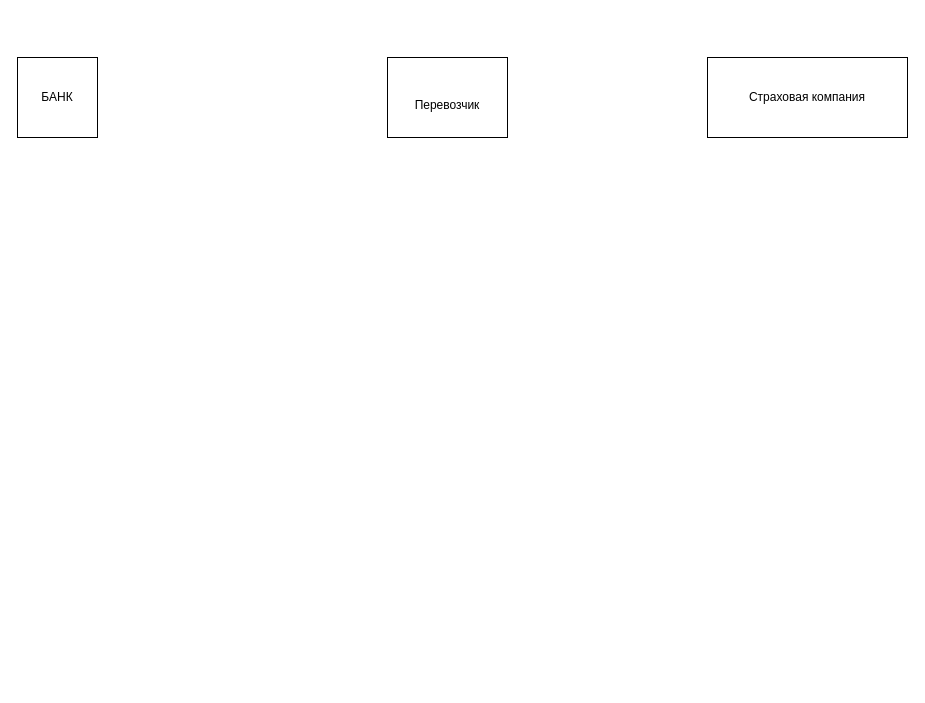
OlegPyzin/Java keeps this draw.io diagram as маршрутное_такси.drawio. Above is the earlier version. Source tidied: cells renumbered, new cells numbered last; positions are measured from the earlier drawing's top-left corner, leaving out a move shared by most shapes. Both pictures are drawn from the tidied source at 100%, with x=0, y=0 at pixel (17, 57).
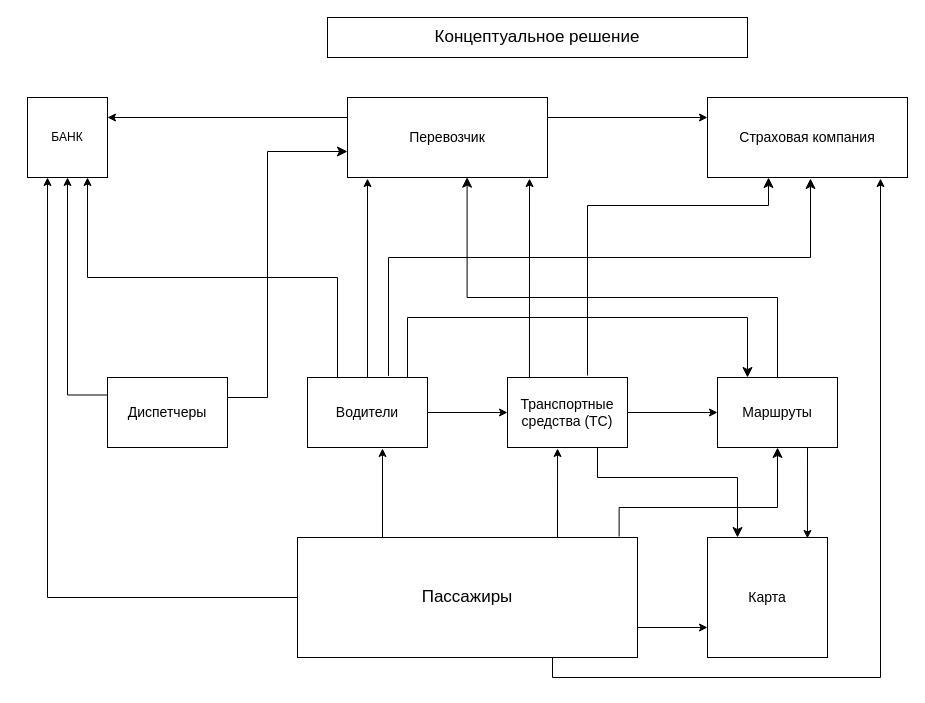
Above is the later version.

Change to the diagram source:
```diff
@@
     <mxCell id="2" value="БАНК" style="whiteSpace=wrap;html=1;" parent="1" vertex="1">
-      <mxGeometry width="80" height="80" as="geometry" />
+      <mxGeometry x="10" y="40" width="80" height="80" as="geometry" />
     </mxCell>
+    <mxCell id="5" style="edgeStyle=orthogonalEdgeStyle;rounded=0;jettySize=auto;html=1;exitX=1;exitY=0.25;exitDx=0;exitDy=0;entryX=0;entryY=0.25;entryDx=0;entryDy=0;" parent="1" edge="1" source="3" target="4">
+      <mxGeometry relative="1" as="geometry" />
+    </mxCell>
+    <mxCell id="6" style="edgeStyle=orthogonalEdgeStyle;rounded=0;jettySize=auto;html=1;exitX=0;exitY=0.25;exitDx=0;exitDy=0;entryX=1;entryY=0.25;entryDx=0;entryDy=0;" parent="1" edge="1" source="3" target="2">
+      <mxGeometry relative="1" as="geometry" />
+    </mxCell>
-    <mxCell id="3" value="&lt;div&gt;&lt;br&gt;&lt;/div&gt;&lt;div&gt;Перевозчик&lt;/div&gt;" style="rounded=0;whiteSpace=wrap;html=1;" parent="1" vertex="1">
-      <mxGeometry x="370" width="120" height="80" as="geometry" />
+    <mxCell id="3" value="&lt;div style=&quot;font-size: 14px;&quot;&gt;Перевозчик&lt;br&gt;&lt;/div&gt;" style="rounded=0;whiteSpace=wrap;html=1;" parent="1" vertex="1">
+      <mxGeometry x="330" y="40" width="200" height="80" as="geometry" />
     </mxCell>
-    <mxCell id="4" value="Страховая компания" style="rounded=0;whiteSpace=wrap;html=1;" parent="1" vertex="1">
-      <mxGeometry x="690" width="200" height="80" as="geometry" />
+    <mxCell id="4" value="&lt;font style=&quot;font-size: 14px;&quot;&gt;Страховая компания&lt;/font&gt;" style="rounded=0;whiteSpace=wrap;html=1;" parent="1" vertex="1">
+      <mxGeometry x="690" y="40" width="200" height="80" as="geometry" />
     </mxCell>
+    <mxCell id="7" value="&lt;font style=&quot;font-size: 17px;&quot;&gt;Концептуальное решение&lt;/font&gt;" style="rounded=0;whiteSpace=wrap;html=1;" parent="1" vertex="1">
+      <mxGeometry x="310" y="-40" width="420" height="40" as="geometry" />
+    </mxCell>
+    <mxCell id="8" style="edgeStyle=orthogonalEdgeStyle;rounded=0;jettySize=auto;html=1;exitX=0;exitY=0.25;exitDx=0;exitDy=0;entryX=0.5;entryY=1;entryDx=0;entryDy=0;" parent="1" edge="1" source="9" target="2">
+      <mxGeometry relative="1" as="geometry" />
+    </mxCell>
+    <mxCell id="9" value="&lt;font style=&quot;font-size: 14px;&quot;&gt;Диспетчеры&lt;/font&gt;" style="rounded=0;whiteSpace=wrap;html=1;" parent="1" vertex="1">
+      <mxGeometry x="90" y="320" width="120" height="70" as="geometry" />
+    </mxCell>
+    <mxCell id="10" style="edgeStyle=orthogonalEdgeStyle;rounded=0;jettySize=auto;html=1;exitX=0.25;exitY=0;exitDx=0;exitDy=0;entryX=0.75;entryY=1;entryDx=0;entryDy=0;" parent="1" edge="1" source="12" target="2">
+      <mxGeometry relative="1" as="geometry" />
+    </mxCell>
+    <mxCell id="11" style="edgeStyle=orthogonalEdgeStyle;rounded=0;jettySize=auto;html=1;exitX=1;exitY=0.5;exitDx=0;exitDy=0;entryX=0;entryY=0.5;entryDx=0;entryDy=0;" parent="1" edge="1" source="12" target="14">
+      <mxGeometry relative="1" as="geometry" />
+    </mxCell>
+    <mxCell id="12" value="&lt;font style=&quot;font-size: 14px;&quot;&gt;Водители&lt;/font&gt;" style="rounded=0;whiteSpace=wrap;html=1;" parent="1" vertex="1">
+      <mxGeometry x="290" y="320" width="120" height="70" as="geometry" />
+    </mxCell>
+    <mxCell id="13" style="edgeStyle=orthogonalEdgeStyle;rounded=0;jettySize=auto;html=1;exitX=1;exitY=0.5;exitDx=0;exitDy=0;entryX=0;entryY=0.5;entryDx=0;entryDy=0;" parent="1" edge="1" source="14" target="15">
+      <mxGeometry relative="1" as="geometry" />
+    </mxCell>
+    <mxCell id="14" value="&lt;font style=&quot;font-size: 14px;&quot;&gt;Транспортные средства (ТС)&lt;/font&gt;" style="rounded=0;whiteSpace=wrap;html=1;" parent="1" vertex="1">
+      <mxGeometry x="490" y="320" width="120" height="70" as="geometry" />
+    </mxCell>
+    <mxCell id="15" value="&lt;font style=&quot;font-size: 14px;&quot;&gt;Маршруты&lt;/font&gt;" style="rounded=0;whiteSpace=wrap;html=1;" parent="1" vertex="1">
+      <mxGeometry x="700" y="320" width="120" height="70" as="geometry" />
+    </mxCell>
+    <mxCell id="16" value="&lt;font style=&quot;font-size: 14px;&quot;&gt;Карта&lt;/font&gt;" style="rounded=0;whiteSpace=wrap;html=1;" parent="1" vertex="1">
+      <mxGeometry x="690" y="480" width="120" height="120" as="geometry" />
+    </mxCell>
+    <mxCell id="17" style="edgeStyle=orthogonalEdgeStyle;rounded=0;jettySize=auto;html=1;exitX=1;exitY=0.75;exitDx=0;exitDy=0;entryX=0;entryY=0.75;entryDx=0;entryDy=0;" parent="1" edge="1" source="19" target="16">
+      <mxGeometry relative="1" as="geometry" />
+    </mxCell>
+    <mxCell id="18" style="edgeStyle=orthogonalEdgeStyle;rounded=0;jettySize=auto;html=1;exitX=0;exitY=0.5;exitDx=0;exitDy=0;entryX=0.25;entryY=1;entryDx=0;entryDy=0;" parent="1" edge="1" source="19" target="2">
+      <mxGeometry relative="1" as="geometry" />
+    </mxCell>
+    <mxCell id="19" value="&lt;font style=&quot;font-size: 17px;&quot;&gt;Пассажиры&lt;/font&gt;" style="rounded=0;whiteSpace=wrap;html=1;" parent="1" vertex="1">
+      <mxGeometry x="280" y="480" width="340" height="120" as="geometry" />
+    </mxCell>
+    <mxCell id="20" style="edgeStyle=elbowEdgeStyle;elbow=vertical;endArrow=classic;html=1;curved=0;rounded=0;endSize=8;startSize=8;entryX=0.37;entryY=1.013;entryDx=0;entryDy=0;entryPerimeter=0;exitX=0.675;exitY=-0.024;exitDx=0;exitDy=0;exitPerimeter=0;" parent="1" edge="1" source="12">
+      <mxGeometry relative="1" as="geometry">
+        <mxPoint x="793" y="121" as="targetPoint" />
+        <Array as="points">
+          <mxPoint x="449" y="200" />
+        </Array>
+      </mxGeometry>
+    </mxCell>
+    <mxCell id="21" style="endArrow=classic;html=1;rounded=0;entryX=0.91;entryY=1.013;entryDx=0;entryDy=0;entryPerimeter=0;exitX=0.183;exitY=0;exitDx=0;exitDy=0;exitPerimeter=0;" parent="1" edge="1" source="14" target="3">
+      <mxGeometry relative="1" as="geometry" />
+    </mxCell>
+    <mxCell id="22" style="edgeStyle=orthogonalEdgeStyle;rounded=0;jettySize=auto;html=1;exitX=0.5;exitY=0;exitDx=0;exitDy=0;entryX=0.1;entryY=1.013;entryDx=0;entryDy=0;entryPerimeter=0;" parent="1" edge="1" source="12" target="3">
+      <mxGeometry relative="1" as="geometry" />
+    </mxCell>
+    <mxCell id="23" style="edgeStyle=elbowEdgeStyle;elbow=horizontal;endArrow=classic;html=1;curved=0;rounded=0;endSize=8;startSize=8;entryX=0;entryY=0.675;entryDx=0;entryDy=0;entryPerimeter=0;" parent="1" edge="1" target="3">
+      <mxGeometry relative="1" as="geometry">
+        <mxPoint x="210" y="340" as="sourcePoint" />
+        <Array as="points">
+          <mxPoint x="250" y="320" />
+        </Array>
+      </mxGeometry>
+    </mxCell>
+    <mxCell id="24" style="edgeStyle=elbowEdgeStyle;elbow=vertical;endArrow=classic;html=1;curved=0;rounded=0;endSize=8;startSize=8;entryX=0.598;entryY=0.996;entryDx=0;entryDy=0;exitX=0.5;exitY=0;exitDx=0;exitDy=0;entryPerimeter=0;" parent="1" edge="1" source="15" target="3">
+      <mxGeometry relative="1" as="geometry">
+        <Array as="points">
+          <mxPoint x="590" y="240" />
+        </Array>
+      </mxGeometry>
+    </mxCell>
+    <mxCell id="25" style="edgeStyle=orthogonalEdgeStyle;rounded=0;jettySize=auto;html=1;exitX=0.75;exitY=1;exitDx=0;exitDy=0;entryX=0.833;entryY=0.008;entryDx=0;entryDy=0;entryPerimeter=0;" parent="1" edge="1" source="15" target="16">
+      <mxGeometry relative="1" as="geometry" />
+    </mxCell>
+    <mxCell id="26" style="edgeStyle=elbowEdgeStyle;elbow=vertical;endArrow=classic;html=1;curved=0;rounded=0;endSize=8;startSize=8;entryX=0.5;entryY=1;entryDx=0;entryDy=0;exitX=0.946;exitY=-0.008;exitDx=0;exitDy=0;exitPerimeter=0;" parent="1" edge="1" source="19" target="15">
+      <mxGeometry relative="1" as="geometry">
+        <Array as="points">
+          <mxPoint x="690" y="450" />
+        </Array>
+      </mxGeometry>
+    </mxCell>
+    <mxCell id="27" style="edgeStyle=orthogonalEdgeStyle;rounded=0;jettySize=auto;html=1;exitX=0.75;exitY=0;exitDx=0;exitDy=0;entryX=0.417;entryY=1.014;entryDx=0;entryDy=0;entryPerimeter=0;" parent="1" edge="1" source="19" target="14">
+      <mxGeometry relative="1" as="geometry">
+        <Array as="points">
+          <mxPoint x="540" y="480" />
+        </Array>
+      </mxGeometry>
+    </mxCell>
+    <mxCell id="28" style="edgeStyle=orthogonalEdgeStyle;rounded=0;jettySize=auto;html=1;exitX=0.25;exitY=0;exitDx=0;exitDy=0;entryX=0.625;entryY=1.014;entryDx=0;entryDy=0;entryPerimeter=0;" parent="1" edge="1" source="19" target="12">
+      <mxGeometry relative="1" as="geometry" />
+    </mxCell>
+    <mxCell id="29" style="edgeStyle=orthogonalEdgeStyle;rounded=0;jettySize=auto;html=1;exitX=0.75;exitY=1;exitDx=0;exitDy=0;entryX=0.865;entryY=1.013;entryDx=0;entryDy=0;entryPerimeter=0;" parent="1" edge="1" source="19" target="4">
+      <mxGeometry relative="1" as="geometry" />
+    </mxCell>
+    <mxCell id="30" style="edgeStyle=elbowEdgeStyle;elbow=vertical;endArrow=classic;html=1;curved=0;rounded=0;endSize=8;startSize=8;entryX=0.205;entryY=1.025;entryDx=0;entryDy=0;entryPerimeter=0;" parent="1" edge="1">
+      <mxGeometry relative="1" as="geometry">
+        <mxPoint x="570" y="318" as="sourcePoint" />
+        <mxPoint x="751" y="120" as="targetPoint" />
+        <Array as="points">
+          <mxPoint x="610" y="148" />
+        </Array>
+      </mxGeometry>
+    </mxCell>
+    <mxCell id="31" style="edgeStyle=elbowEdgeStyle;elbow=vertical;endArrow=classic;html=1;curved=0;rounded=0;endSize=8;startSize=8;exitX=0.75;exitY=1;exitDx=0;exitDy=0;entryX=0.25;entryY=0;entryDx=0;entryDy=0;entryPerimeter=0;" parent="1" edge="1" source="14" target="16">
+      <mxGeometry relative="1" as="geometry">
+        <Array as="points">
+          <mxPoint x="630" y="420" />
+        </Array>
+      </mxGeometry>
+    </mxCell>
+    <mxCell id="32" style="edgeStyle=elbowEdgeStyle;elbow=vertical;endArrow=classic;html=1;curved=0;rounded=0;endSize=8;startSize=8;entryX=0.25;entryY=0;entryDx=0;entryDy=0;" parent="1" edge="1" target="15">
+      <mxGeometry relative="1" as="geometry">
+        <mxPoint x="390" y="320" as="sourcePoint" />
+        <Array as="points">
+          <mxPoint x="560" y="260" />
+        </Array>
+      </mxGeometry>
+    </mxCell>
```
